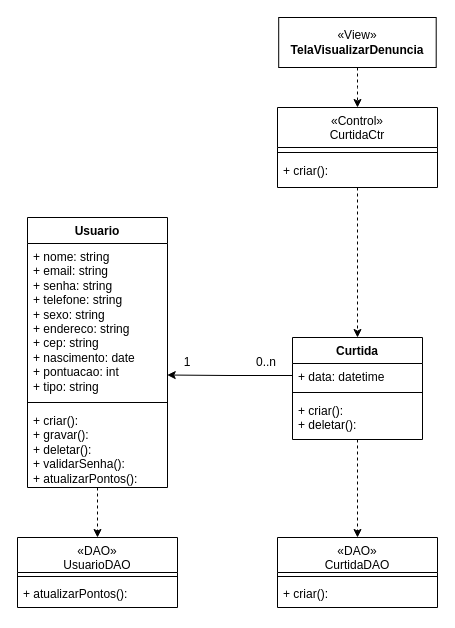
Above: Documentação/Diagramas/Diagramas de Casos de Uso/Diagrama de Caso de Uso Curtir.drawio in frsouzaa/Documentacao-TCC-NossaVia (draw.io), before the change. Source tidied: cells renumbered, new cells numbered last; positions are measured from the earlier drawing's top-left corner, leaving out a move shared by most shapes. Both pictures are drawn from the tidied source at 100%, with x=0, y=0 at pixel (17, 17).
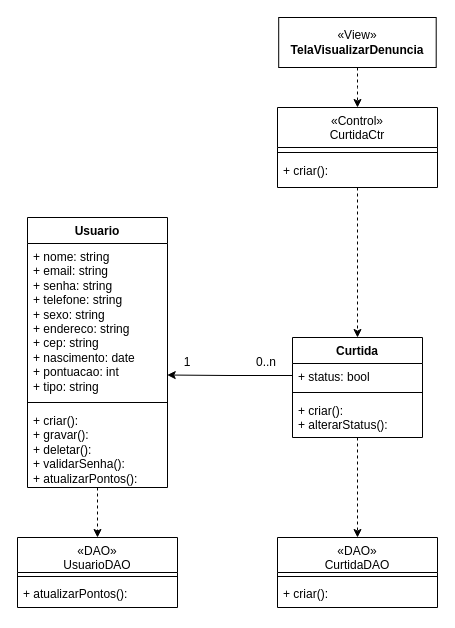
The same page after the edit.

Diff of the diagram source:
```diff
@@
     <mxCell id="14" value="Curtida" style="swimlane;fontStyle=1;align=center;verticalAlign=top;horizontal=1;startSize=26;whiteSpace=wrap;html=1;" parent="1" vertex="1">
-      <mxGeometry x="275" y="320" width="130" height="102" as="geometry" />
+      <mxGeometry x="275" y="320" width="130" height="100" as="geometry" />
     </mxCell>
-    <mxCell id="15" value="+ data: datetime" style="text;strokeColor=none;fillColor=none;align=left;verticalAlign=top;spacingLeft=4;spacingRight=4;overflow=hidden;points=[[0,0.5],[1,0.5]];portConstraint=eastwest;whiteSpace=wrap;html=1;" parent="14" vertex="1">
+    <mxCell id="15" value="+ status: bool" style="text;strokeColor=none;fillColor=none;align=left;verticalAlign=top;spacingLeft=4;spacingRight=4;overflow=hidden;points=[[0,0.5],[1,0.5]];portConstraint=eastwest;whiteSpace=wrap;html=1;" parent="14" vertex="1">
       <mxGeometry y="26" width="130" height="24" as="geometry" />
     </mxCell>
@@
-    <mxCell id="17" value="+ criar():&#10;+ deletar(): " style="text;align=left;verticalAlign=top;spacingLeft=4;spacingRight=4;overflow=hidden;" parent="14" vertex="1">
-      <mxGeometry y="60" width="130" height="42" as="geometry" />
+    <mxCell id="17" value="+ criar():&#10;+ alterarStatus(): " style="text;align=left;verticalAlign=top;spacingLeft=4;spacingRight=4;overflow=hidden;" parent="14" vertex="1">
+      <mxGeometry y="60" width="130" height="40" as="geometry" />
     </mxCell>
```
